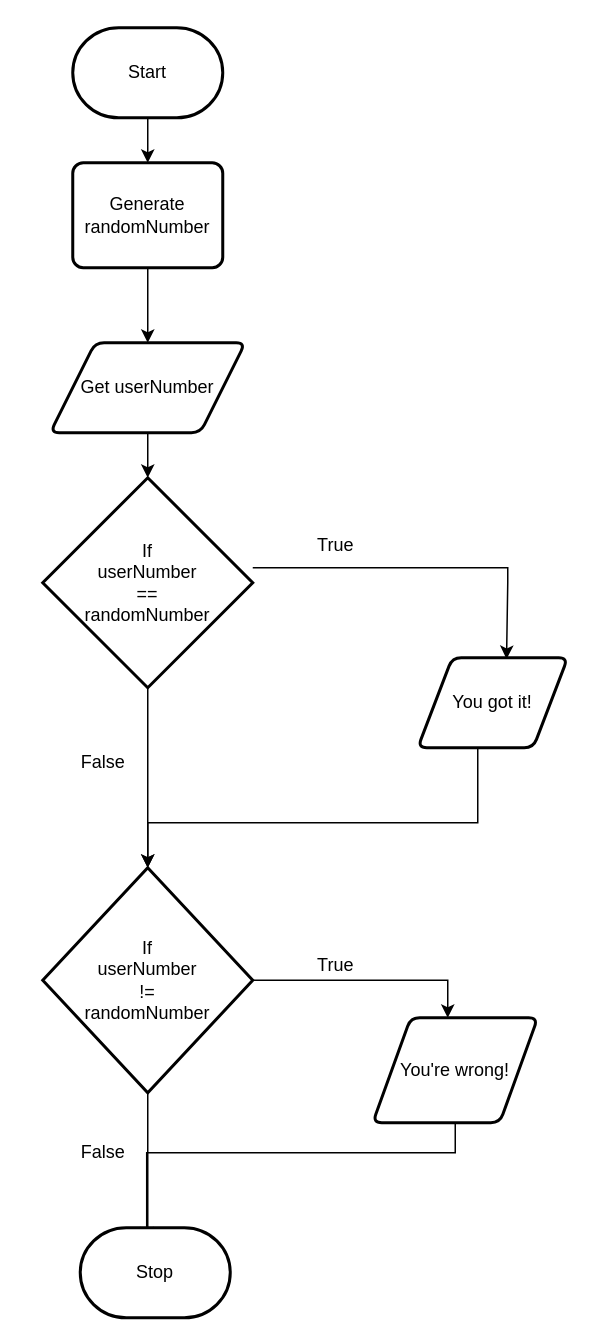
Above: design/flowchart.drawio in MTHS-ICD2O-1-2023/ICD2O-Unit-5-02-fetuha-gebremekeal (draw.io), before the change. Source tidied: cells renumbered, new cells numbered last; positions are measured from the earlier drawing's top-left corner, leaving out a move shared by most shapes. Both pictures are drawn from the tidied source at 150%, with x=0, y=0 at pixel (42, 27).
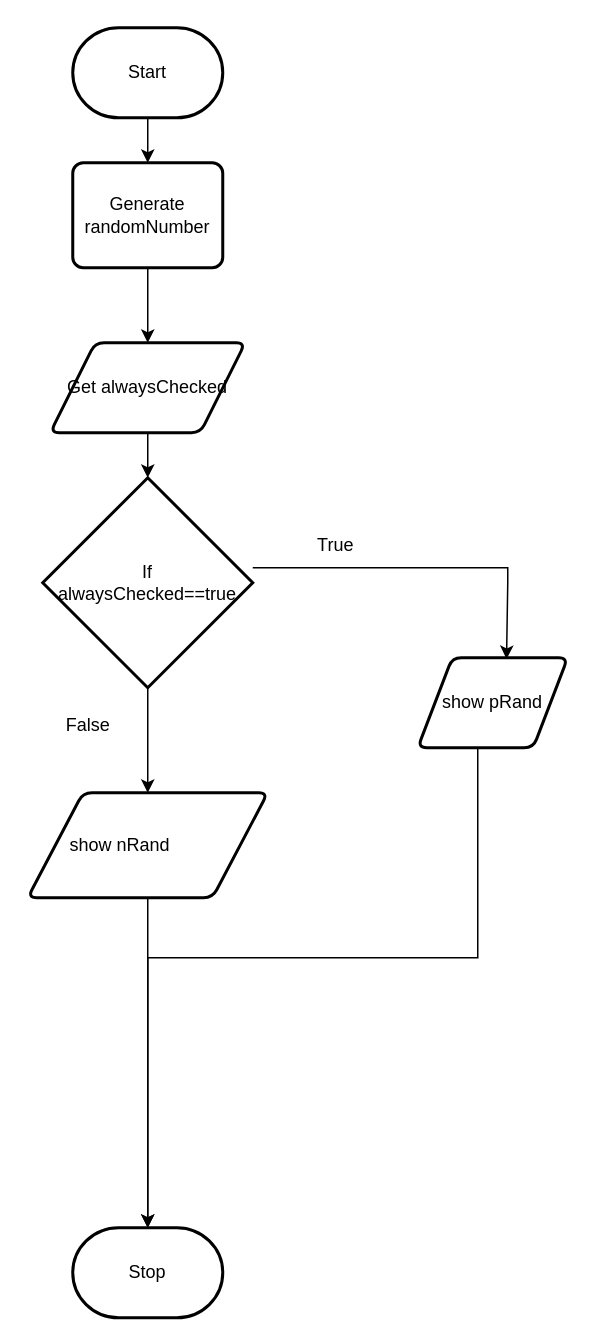
The same page after the edit.

The edit, as a diff of the source:
```diff
@@
-    <mxCell id="7" value="Get userNumber" style="shape=parallelogram;html=1;strokeWidth=2;perimeter=parallelogramPerimeter;whiteSpace=wrap;rounded=1;arcSize=12;size=0.23;" parent="1" vertex="1">
+    <mxCell id="7" value="Get alwaysChecked" style="shape=parallelogram;html=1;strokeWidth=2;perimeter=parallelogramPerimeter;whiteSpace=wrap;rounded=1;arcSize=12;size=0.23;" parent="1" vertex="1">
       <mxGeometry x="5" y="210" width="130" height="60" as="geometry" />
     </mxCell>
-    <mxCell id="8" style="edgeStyle=orthogonalEdgeStyle;shape=connector;rounded=1;html=1;entryX=0.5;entryY=0;entryDx=0;entryDy=0;entryPerimeter=0;labelBackgroundColor=default;strokeColor=default;fontFamily=Helvetica;fontSize=12;fontColor=default;endArrow=classic;" parent="1" edge="1" source="10" target="16">
-      <mxGeometry relative="1" as="geometry" />
-    </mxCell>
@@
+    <mxCell id="23" style="edgeStyle=orthogonalEdgeStyle;html=1;" parent="1" edge="1" source="10" target="19">
+      <mxGeometry relative="1" as="geometry" />
+    </mxCell>
-    <mxCell id="10" value="If&lt;br&gt;userNumber&lt;br&gt;==&lt;br&gt;randomNumber" style="strokeWidth=2;html=1;shape=mxgraph.flowchart.decision;whiteSpace=wrap;" parent="1" vertex="1">
+    <mxCell id="10" value="If&lt;br&gt;alwaysChecked==true" style="strokeWidth=2;html=1;shape=mxgraph.flowchart.decision;whiteSpace=wrap;" parent="1" vertex="1">
       <mxGeometry y="300" width="140" height="140" as="geometry" />
     </mxCell>
-    <mxCell id="11" style="edgeStyle=orthogonalEdgeStyle;shape=connector;rounded=0;html=1;entryX=0.5;entryY=0;entryDx=0;entryDy=0;entryPerimeter=0;labelBackgroundColor=default;strokeColor=default;fontFamily=Helvetica;fontSize=11;fontColor=default;endArrow=classic;" parent="1" edge="1" source="12" target="16">
+    <mxCell id="11" style="edgeStyle=orthogonalEdgeStyle;shape=connector;rounded=0;html=1;labelBackgroundColor=default;strokeColor=default;fontFamily=Helvetica;fontSize=11;fontColor=default;endArrow=classic;entryX=0.5;entryY=0;entryDx=0;entryDy=0;entryPerimeter=0;" parent="1" edge="1" source="12" target="22">
       <mxGeometry relative="1" as="geometry">
         <Array as="points">
-          <mxPoint x="290" y="530" />
-          <mxPoint x="70" y="530" />
+          <mxPoint x="290" y="620" />
+          <mxPoint x="70" y="620" />
+          <mxPoint x="70" y="780" />
         </Array>
       </mxGeometry>
     </mxCell>
-    <mxCell id="12" value="You got it!" style="shape=parallelogram;html=1;strokeWidth=2;perimeter=parallelogramPerimeter;whiteSpace=wrap;rounded=1;arcSize=12;size=0.23;" parent="1" vertex="1">
+    <mxCell id="12" value="show pRand" style="shape=parallelogram;html=1;strokeWidth=2;perimeter=parallelogramPerimeter;whiteSpace=wrap;rounded=1;arcSize=12;size=0.23;" parent="1" vertex="1">
       <mxGeometry x="250" y="420" width="100" height="60" as="geometry" />
     </mxCell>
@@
-    <mxCell id="14" style="edgeStyle=orthogonalEdgeStyle;shape=connector;rounded=0;html=1;labelBackgroundColor=default;strokeColor=default;fontFamily=Helvetica;fontSize=12;fontColor=default;endArrow=classic;" parent="1" edge="1" source="16" target="19">
-      <mxGeometry relative="1" as="geometry">
-        <Array as="points">
-          <mxPoint x="270" y="635" />
-        </Array>
-      </mxGeometry>
-    </mxCell>
-    <mxCell id="15" style="edgeStyle=none;html=1;" parent="1" edge="1" source="16">
-      <mxGeometry relative="1" as="geometry">
-        <mxPoint x="70" y="810" as="targetPoint" />
-      </mxGeometry>
-    </mxCell>
-    <mxCell id="16" value="If&lt;br&gt;userNumber&lt;br&gt;!=&lt;br&gt;randomNumber" style="strokeWidth=2;html=1;shape=mxgraph.flowchart.decision;whiteSpace=wrap;" parent="1" vertex="1">
-      <mxGeometry y="560" width="140" height="150" as="geometry" />
-    </mxCell>
     <mxCell id="17" value="False" style="text;html=1;align=center;verticalAlign=middle;strokeColor=none;fillColor=none;fontSize=12;fontFamily=Helvetica;fontColor=default;" parent="1" vertex="1">
-      <mxGeometry x="15" y="475" width="50" height="30" as="geometry" />
+      <mxGeometry x="5" y="450" width="50" height="30" as="geometry" />
     </mxCell>
-    <mxCell id="18" style="edgeStyle=orthogonalEdgeStyle;shape=connector;rounded=0;html=1;entryX=0.343;entryY=-0.027;entryDx=0;entryDy=0;entryPerimeter=0;labelBackgroundColor=default;strokeColor=default;fontFamily=Helvetica;fontSize=11;fontColor=default;endArrow=classic;" parent="1" edge="1" source="19">
-      <mxGeometry relative="1" as="geometry">
-        <mxPoint x="69.3" y="808.4" as="targetPoint" />
-        <Array as="points">
-          <mxPoint x="275" y="750" />
-          <mxPoint x="69" y="750" />
-        </Array>
-      </mxGeometry>
-    </mxCell>
+    <mxCell id="24" style="edgeStyle=orthogonalEdgeStyle;html=1;entryX=0.5;entryY=0;entryDx=0;entryDy=0;entryPerimeter=0;" parent="1" edge="1" source="19" target="22">
+      <mxGeometry relative="1" as="geometry" />
+    </mxCell>
-    <mxCell id="19" value="You're wrong!" style="shape=parallelogram;html=1;strokeWidth=2;perimeter=parallelogramPerimeter;whiteSpace=wrap;rounded=1;arcSize=12;size=0.23;fontFamily=Helvetica;fontSize=12;fontColor=default;fillColor=none;gradientColor=none;" parent="1" vertex="1">
-      <mxGeometry x="220" y="660" width="110" height="70" as="geometry" />
+    <mxCell id="19" value="show nRand&amp;nbsp; &amp;nbsp; &amp;nbsp; &amp;nbsp; &amp;nbsp; &amp;nbsp;" style="shape=parallelogram;html=1;strokeWidth=2;perimeter=parallelogramPerimeter;whiteSpace=wrap;rounded=1;arcSize=12;size=0.23;fontFamily=Helvetica;fontSize=12;fontColor=default;fillColor=none;gradientColor=none;" parent="1" vertex="1">
+      <mxGeometry x="-10" y="510" width="160" height="70" as="geometry" />
     </mxCell>
-    <mxCell id="20" value="True" style="text;html=1;align=center;verticalAlign=middle;strokeColor=none;fillColor=none;fontSize=12;fontFamily=Helvetica;fontColor=default;" parent="1" vertex="1">
-      <mxGeometry x="170" y="610" width="50" height="30" as="geometry" />
-    </mxCell>
-    <mxCell id="21" value="False" style="text;html=1;align=center;verticalAlign=middle;strokeColor=none;fillColor=none;fontSize=12;fontFamily=Helvetica;fontColor=default;" parent="1" vertex="1">
-      <mxGeometry x="15" y="735" width="50" height="30" as="geometry" />
-    </mxCell>
     <mxCell id="22" value="Stop" style="strokeWidth=2;html=1;shape=mxgraph.flowchart.terminator;whiteSpace=wrap;" parent="1" vertex="1">
-      <mxGeometry x="25" y="800" width="100" height="60" as="geometry" />
+      <mxGeometry x="20" y="800" width="100" height="60" as="geometry" />
     </mxCell>
```
